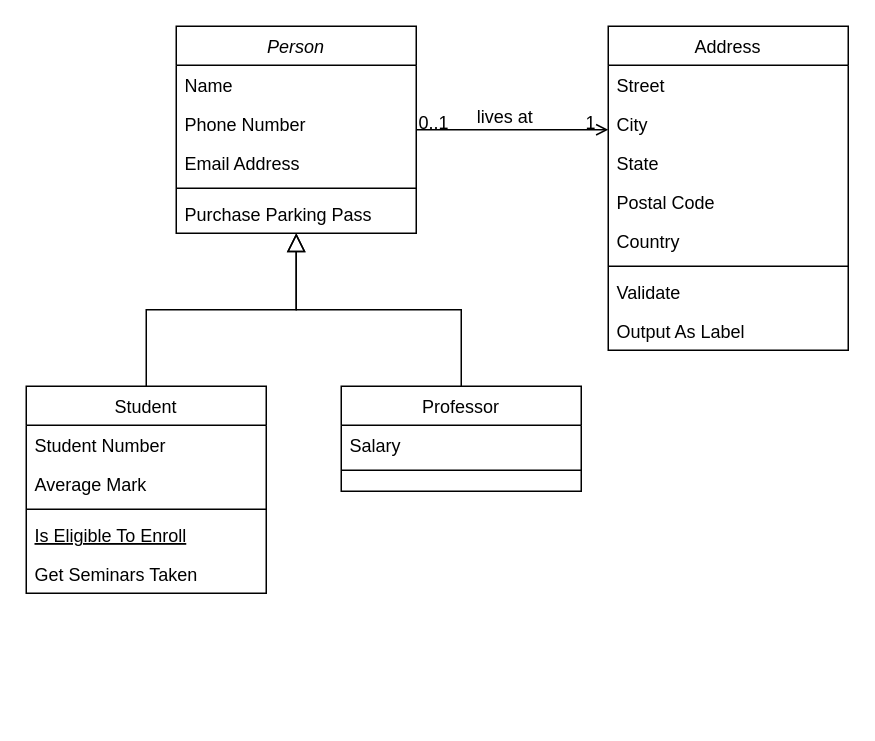
Before: Untitled Diagram.drawio in Michelle-Ngami/Conception_DSF, a draw.io diagram. Source tidied: cells renumbered, new cells numbered last; positions are measured from the earlier drawing's top-left corner, leaving out a move shared by most shapes. Both pictures are drawn from the tidied source at 150%, with x=0, y=0 at pixel (26, 26).
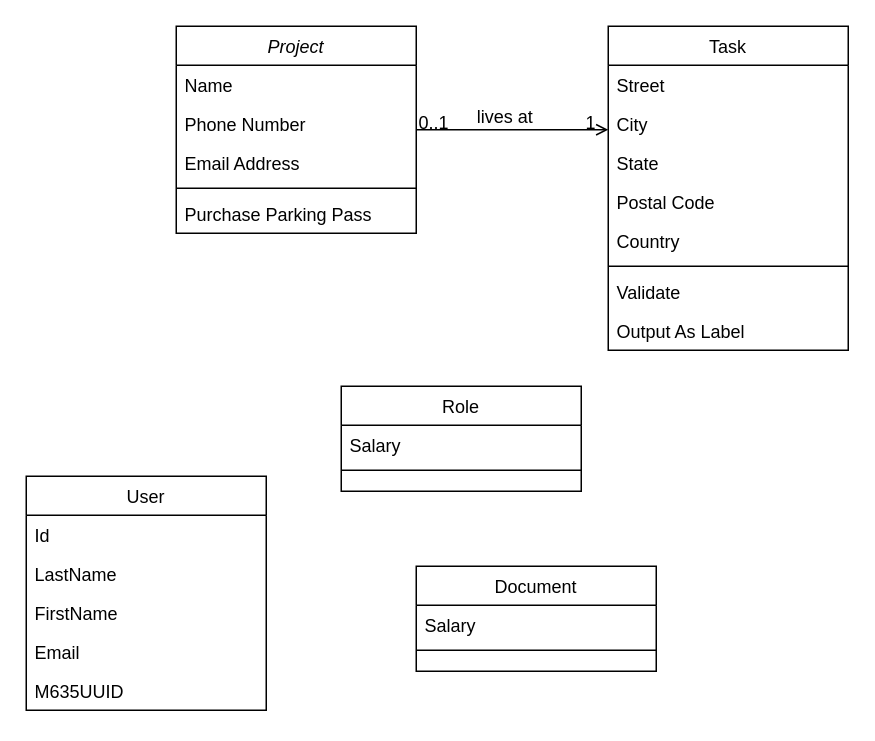
The same diagram, later.

The edit, as a diff of the source:
```diff
@@
-    <mxCell id="2" value="Person" style="swimlane;fontStyle=2;align=center;verticalAlign=top;horizontal=1;startSize=26;rounded=0;shadow=0;strokeWidth=1;" parent="1" vertex="1">
+    <mxCell id="2" value="Project" style="swimlane;fontStyle=2;align=center;verticalAlign=top;horizontal=1;startSize=26;rounded=0;shadow=0;strokeWidth=1;" parent="1" vertex="1">
       <mxGeometry x="100" width="160" height="138" as="geometry" />
     </mxCell>
@@
-    <mxCell id="8" value="Student" style="swimlane;fontStyle=0;align=center;verticalAlign=top;horizontal=1;startSize=26;rounded=0;shadow=0;strokeWidth=1;" parent="1" vertex="1">
-      <mxGeometry y="240" width="160" height="138" as="geometry" />
+    <mxCell id="8" value="User" style="swimlane;fontStyle=0;align=center;verticalAlign=top;horizontal=1;startSize=26;rounded=0;shadow=0;strokeWidth=1;" parent="1" vertex="1">
+      <mxGeometry y="300" width="160" height="156" as="geometry" />
     </mxCell>
-    <mxCell id="9" value="Student Number" style="text;align=left;verticalAlign=top;spacingLeft=4;spacingRight=4;overflow=hidden;" parent="8" vertex="1">
+    <mxCell id="9" value="Id" style="text;align=left;verticalAlign=top;spacingLeft=4;spacingRight=4;overflow=hidden;" parent="8" vertex="1">
       <mxGeometry y="26" width="160" height="26" as="geometry" />
     </mxCell>
+    <mxCell id="32" value="LastName" style="text;align=left;verticalAlign=top;spacingLeft=4;spacingRight=4;overflow=hidden;" parent="8" vertex="1">
+      <mxGeometry y="52" width="160" height="26" as="geometry" />
+    </mxCell>
-    <mxCell id="10" value="Average Mark" style="text;align=left;verticalAlign=top;spacingLeft=4;spacingRight=4;overflow=hidden;rounded=0;shadow=0;html=0;" parent="8" vertex="1">
-      <mxGeometry y="52" width="160" height="26" as="geometry" />
+    <mxCell id="10" value="FirstName" style="text;align=left;verticalAlign=top;spacingLeft=4;spacingRight=4;overflow=hidden;rounded=0;shadow=0;html=0;" parent="8" vertex="1">
+      <mxGeometry y="78" width="160" height="26" as="geometry" />
     </mxCell>
-    <mxCell id="11" style="line;html=1;strokeWidth=1;align=left;verticalAlign=middle;spacingTop=-1;spacingLeft=3;spacingRight=3;labelPosition=right;" parent="8" vertex="1">
-      <mxGeometry y="78" width="160" height="8" as="geometry" />
-    </mxCell>
-    <mxCell id="12" value="Is Eligible To Enroll" style="text;align=left;verticalAlign=top;spacingLeft=4;spacingRight=4;overflow=hidden;fontStyle=4;" parent="8" vertex="1">
-      <mxGeometry y="86" width="160" height="26" as="geometry" />
-    </mxCell>
-    <mxCell id="13" value="Get Seminars Taken" style="text;align=left;verticalAlign=top;spacingLeft=4;spacingRight=4;overflow=hidden;" parent="8" vertex="1">
-      <mxGeometry y="112" width="160" height="26" as="geometry" />
-    </mxCell>
-    <mxCell id="14" style="endArrow=block;endSize=10;endFill=0;shadow=0;strokeWidth=1;rounded=0;curved=0;edgeStyle=elbowEdgeStyle;elbow=vertical;" parent="1" edge="1" source="8" target="2">
-      <mxGeometry relative="1" as="geometry" />
-    </mxCell>
+    <mxCell id="33" value="Email" style="text;align=left;verticalAlign=top;spacingLeft=4;spacingRight=4;overflow=hidden;rounded=0;shadow=0;html=0;" parent="8" vertex="1">
+      <mxGeometry y="104" width="160" height="26" as="geometry" />
+    </mxCell>
+    <mxCell id="34" value="M635UUID" style="text;align=left;verticalAlign=top;spacingLeft=4;spacingRight=4;overflow=hidden;rounded=0;shadow=0;html=0;" parent="8" vertex="1">
+      <mxGeometry y="130" width="160" height="26" as="geometry" />
+    </mxCell>
-    <mxCell id="15" value="Professor" style="swimlane;fontStyle=0;align=center;verticalAlign=top;horizontal=1;startSize=26;rounded=0;shadow=0;strokeWidth=1;" parent="1" vertex="1">
+    <mxCell id="15" value="Role" style="swimlane;fontStyle=0;align=center;verticalAlign=top;horizontal=1;startSize=26;rounded=0;shadow=0;strokeWidth=1;" parent="1" vertex="1">
       <mxGeometry x="210" y="240" width="160" height="70" as="geometry" />
     </mxCell>
@@
-    <mxCell id="18" style="endArrow=block;endSize=10;endFill=0;shadow=0;strokeWidth=1;rounded=0;curved=0;edgeStyle=elbowEdgeStyle;elbow=vertical;" parent="1" edge="1" source="15" target="2">
-      <mxGeometry relative="1" as="geometry" />
-    </mxCell>
-    <mxCell id="19" value="Address" style="swimlane;fontStyle=0;align=center;verticalAlign=top;horizontal=1;startSize=26;rounded=0;shadow=0;strokeWidth=1;" parent="1" vertex="1">
+    <mxCell id="19" value="Task" style="swimlane;fontStyle=0;align=center;verticalAlign=top;horizontal=1;startSize=26;rounded=0;shadow=0;strokeWidth=1;" parent="1" vertex="1">
       <mxGeometry x="388" width="160" height="216" as="geometry" />
     </mxCell>
@@
+    <mxCell id="35" value="Document" style="swimlane;fontStyle=0;align=center;verticalAlign=top;horizontal=1;startSize=26;rounded=0;shadow=0;strokeWidth=1;" parent="1" vertex="1">
+      <mxGeometry x="260" y="360" width="160" height="70" as="geometry" />
+    </mxCell>
+    <mxCell id="36" value="Salary" style="text;align=left;verticalAlign=top;spacingLeft=4;spacingRight=4;overflow=hidden;" parent="35" vertex="1">
+      <mxGeometry y="26" width="160" height="26" as="geometry" />
+    </mxCell>
+    <mxCell id="37" style="line;html=1;strokeWidth=1;align=left;verticalAlign=middle;spacingTop=-1;spacingLeft=3;spacingRight=3;labelPosition=right;" parent="35" vertex="1">
+      <mxGeometry y="52" width="160" height="8" as="geometry" />
+    </mxCell>
```
